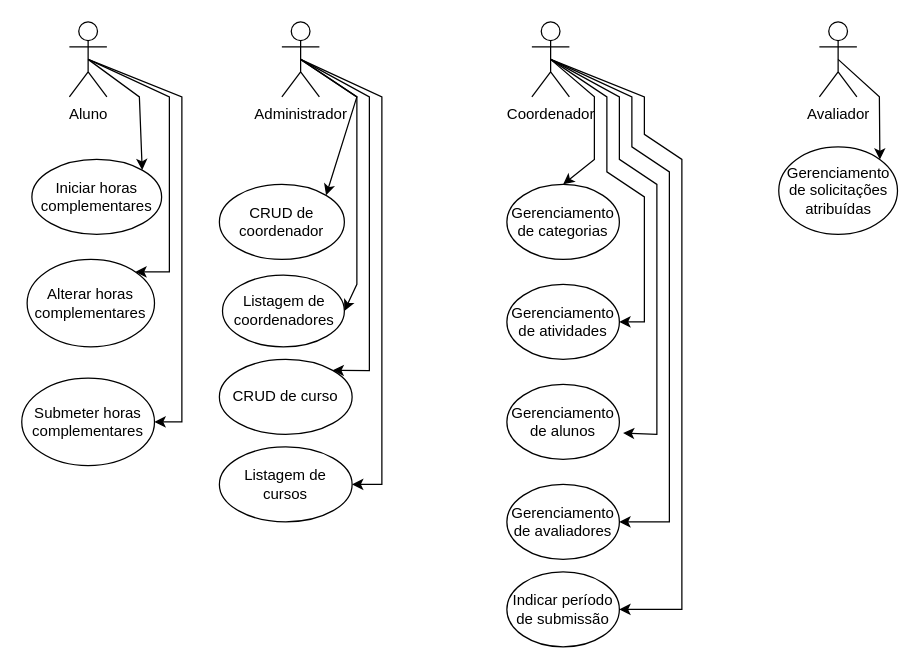
Earlier version of the draw.io diagram trabanalise.drawio (DGzzzzz/ADS_IF). Source tidied: cells renumbered, new cells numbered last; positions are measured from the earlier drawing's top-left corner, leaving out a move shared by most shapes. Both pictures are drawn from the tidied source at 125%, with x=0, y=0 at pixel (21, 21).
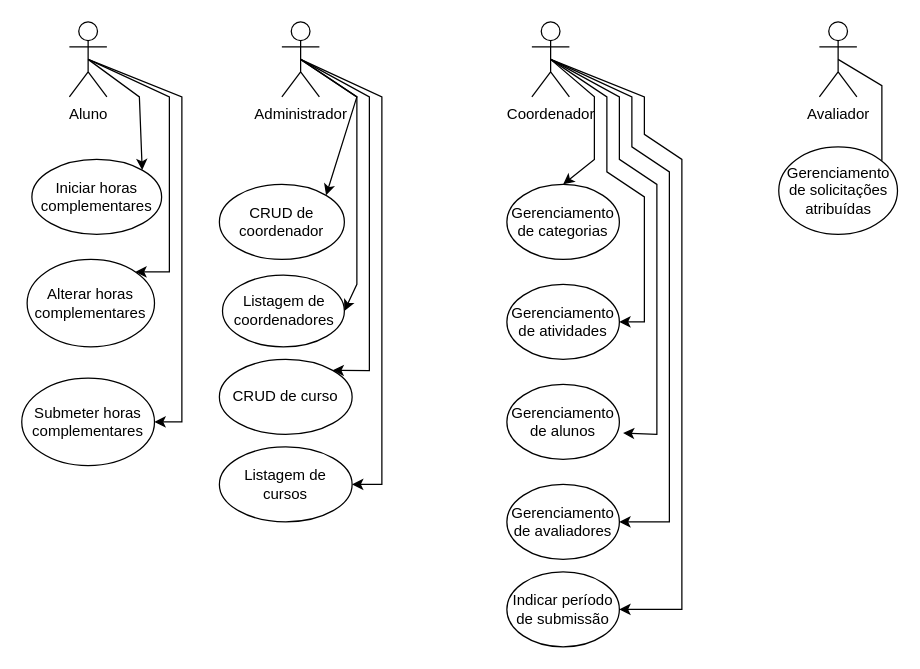
The same diagram, later.

Unchanged cells that the change refers to:
```xml
<mxCell id="5" value="Avaliador" style="shape=umlActor;verticalLabelPosition=bottom;verticalAlign=top;html=1;outlineConnect=0;" parent="1" vertex="1">
  <mxGeometry x="638" width="30" height="60" as="geometry" />
</mxCell>
<mxCell id="22" value="Gerenciamento de solicitações atribuídas" style="ellipse;whiteSpace=wrap;html=1;" parent="1" vertex="1">
  <mxGeometry x="605.5" y="100" width="95" height="70" as="geometry" />
</mxCell>
```

What changed in the source:
```diff
@@
-    <mxCell id="23" style="endArrow=classic;html=1;rounded=0;exitX=0.5;exitY=0.5;exitDx=0;exitDy=0;exitPerimeter=0;entryX=1;entryY=0;entryDx=0;entryDy=0;" parent="1" edge="1" source="5" target="22">
-      <mxGeometry relative="1" as="geometry">
-        <Array as="points">
-          <mxPoint x="686" y="60" />
-        </Array>
-      </mxGeometry>
-    </mxCell>
@@
+    <mxCell id="32" style="endArrow=none;html=1;rounded=0;entryX=0.5;entryY=0.5;entryDx=0;entryDy=0;entryPerimeter=0;" parent="1" edge="1" target="5">
+      <mxGeometry relative="1" as="geometry">
+        <mxPoint x="688" y="111" as="sourcePoint" />
+        <Array as="points">
+          <mxPoint x="688" y="51" />
+        </Array>
+      </mxGeometry>
+    </mxCell>
```
